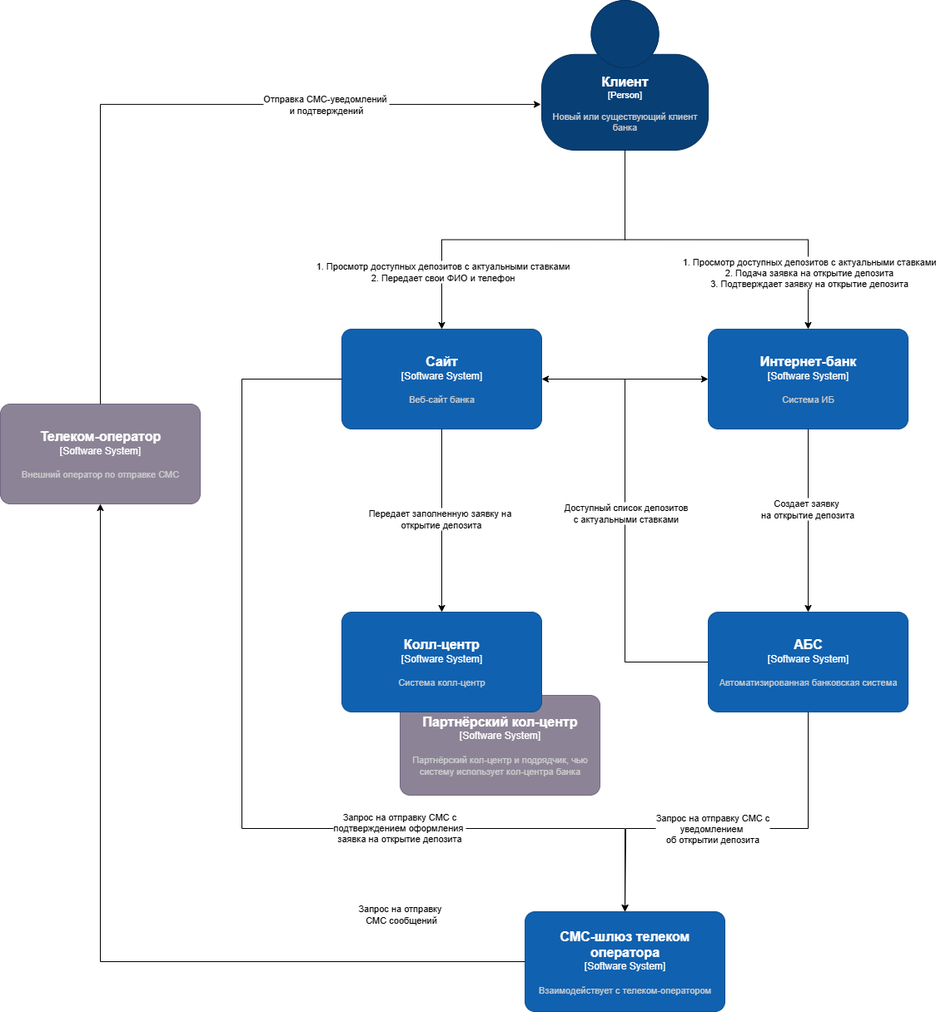
This is architecture-standart/task3/context.png from ShT51/architecture-sprint-9, a draw.io export, as it was before one commit. Source tidied: cells renumbered, new cells last; positions are measured from the earlier drawing's top-left corner, leaving out a move shared by most shapes.
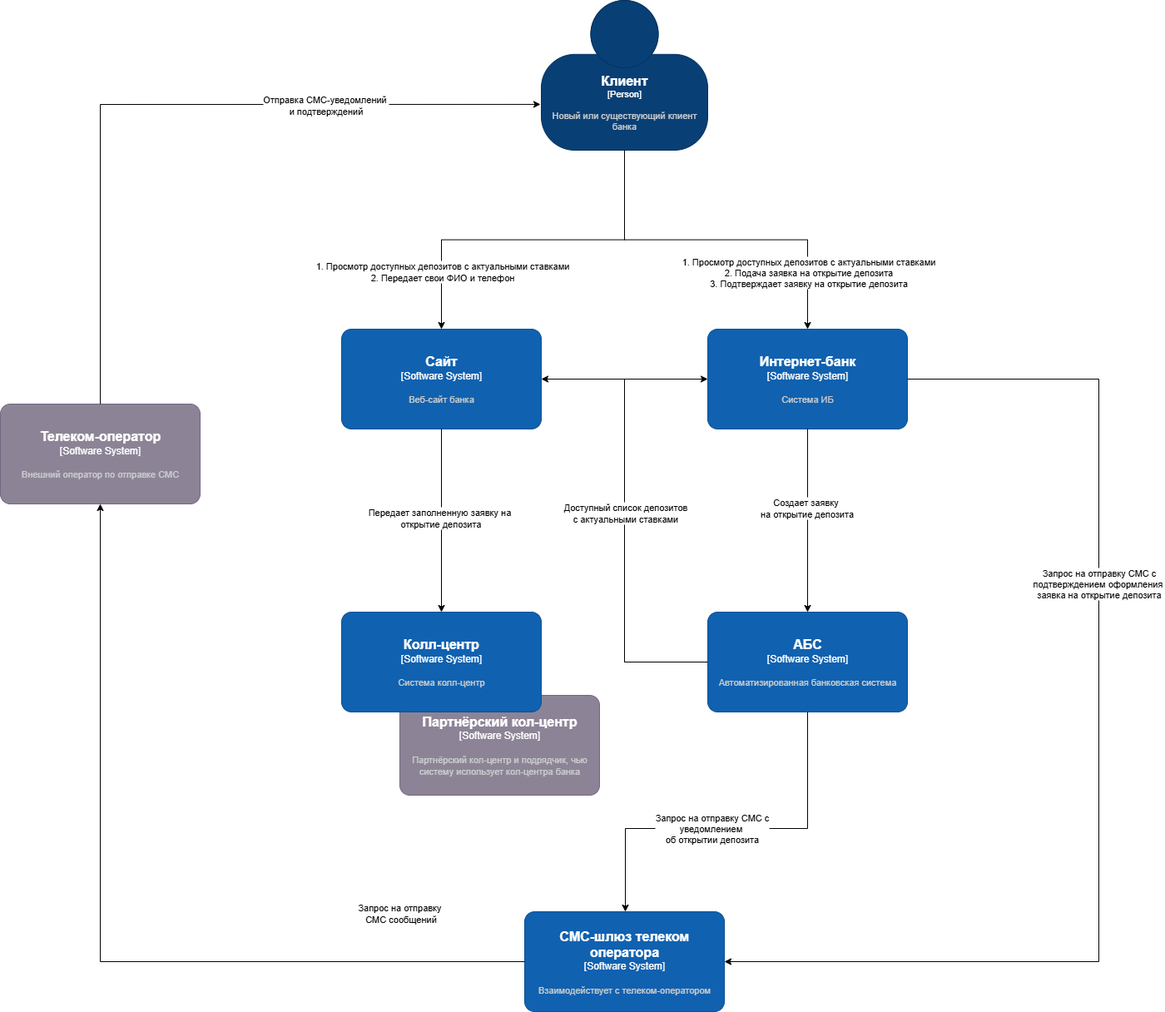
After the change.

The edit, as a diff of the source:
```diff
@@ -133,17 +133,18 @@
         <mxGeometry x="410" y="735" width="240" height="120" as="geometry" />
       </mxCell>
     </object>
-    <mxCell id="29" style="edgeStyle=orthogonalEdgeStyle;rounded=0;jettySize=auto;html=1;exitX=0;exitY=0.5;exitDx=0;exitDy=0;exitPerimeter=0;entryX=0.5;entryY=0;entryDx=0;entryDy=0;entryPerimeter=0;" parent="1" edge="1" source="5" target="24">
+    <mxCell id="29" style="edgeStyle=orthogonalEdgeStyle;rounded=0;jettySize=auto;html=1;exitX=1;exitY=0.5;exitDx=0;exitDy=0;exitPerimeter=0;entryX=1;entryY=0.5;entryDx=0;entryDy=0;entryPerimeter=0;" parent="1" edge="1" source="3" target="24">
       <mxGeometry relative="1" as="geometry">
         <Array as="points">
-          <mxPoint x="290" y="455" />
-          <mxPoint x="290" y="995" />
-          <mxPoint x="750" y="995" />
+          <mxPoint x="1320" y="455" />
+          <mxPoint x="1320" y="1155" />
         </Array>
       </mxGeometry>
     </mxCell>
     <mxCell id="30" value="Запрос на отправку СМС с&lt;div&gt;подтверждением оформления&amp;nbsp;&lt;/div&gt;&lt;div&gt;заявка на открытие депозита&lt;/div&gt;" style="edgeLabel;html=1;align=center;verticalAlign=middle;" parent="29" vertex="1">
-      <mxGeometry x="0.39" y="2" relative="1" as="geometry" />
+      <mxGeometry x="0.39" y="2" relative="1" as="geometry">
+        <mxPoint x="29" y="-457" as="offset" />
+      </mxGeometry>
     </mxCell>
   </root>
 </mxGraphModel>
```
